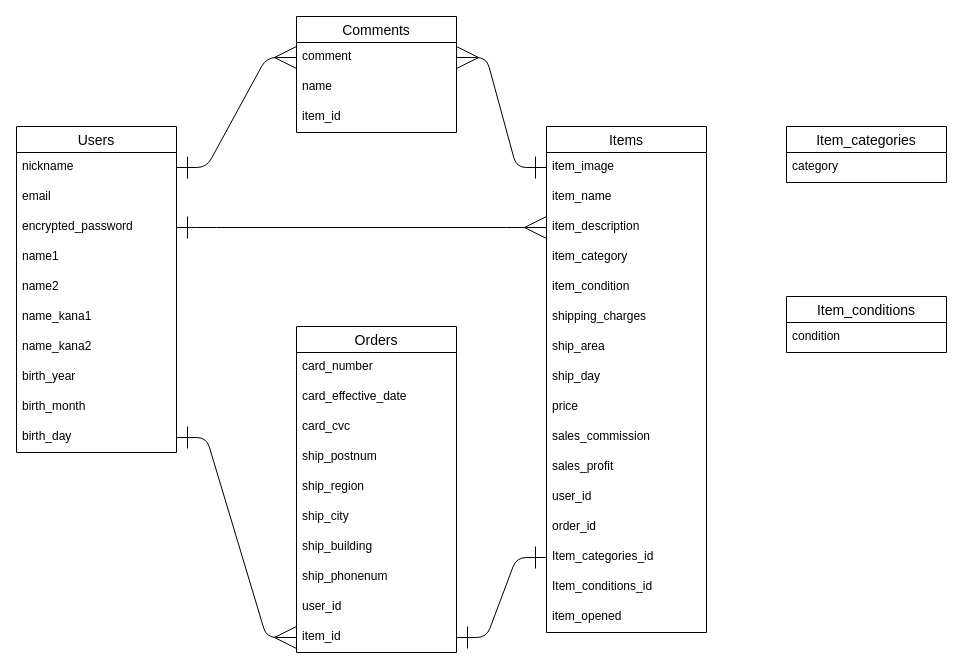
Above: er.dio in chie-python/furima-38879 (draw.io), before the change. Source tidied: cells renumbered, new cells numbered last; positions are measured from the earlier drawing's top-left corner, leaving out a move shared by most shapes. Both pictures are drawn from the tidied source at 100%, with x=0, y=0 at pixel (16, 16).
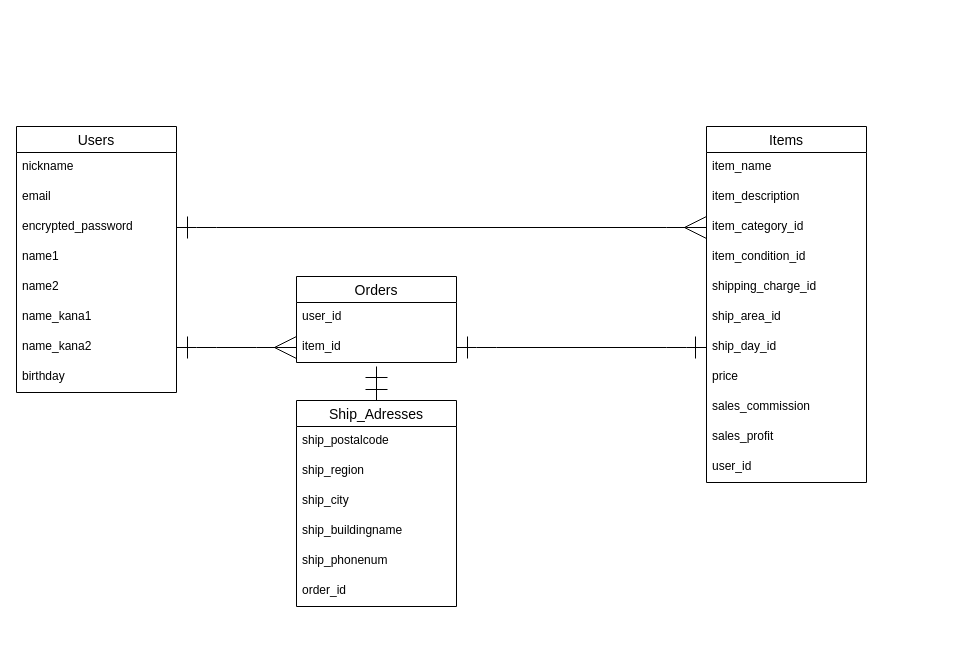
The same diagram, later.

Commit message (it also covers changes not shown here):
データベース設計修正＃1

The change refers to these unchanged cells:
```xml
<mxCell id="3" value="nickname" style="text;strokeColor=none;fillColor=none;spacingLeft=4;spacingRight=4;overflow=hidden;points=[[0,0.5],[1,0.5]];portConstraint=eastwest;fontSize=12;" parent="2" vertex="1">
  <mxGeometry y="26" width="160" height="30" as="geometry" />
</mxCell>
<mxCell id="5" value="encrypted_password" style="text;strokeColor=none;fillColor=none;spacingLeft=4;spacingRight=4;overflow=hidden;points=[[0,0.5],[1,0.5]];portConstraint=eastwest;fontSize=12;" parent="2" vertex="1">
  <mxGeometry y="86" width="160" height="30" as="geometry" />
</mxCell>
<mxCell id="9" value="name_kana2" style="text;strokeColor=none;fillColor=none;spacingLeft=4;spacingRight=4;overflow=hidden;points=[[0,0.5],[1,0.5]];portConstraint=eastwest;fontSize=12;" parent="2" vertex="1">
  <mxGeometry y="206" width="160" height="30" as="geometry" />
</mxCell>
```

Diff of the diagram source:
```diff
@@
     <mxCell id="2" value="Users" style="swimlane;fontStyle=0;horizontal=1;startSize=26;align=center;fontSize=14;" parent="1" vertex="1">
-      <mxGeometry y="110" width="160" height="326" as="geometry" />
+      <mxGeometry y="110" width="160" height="266" as="geometry" />
     </mxCell>
@@
-    <mxCell id="10" value="birth_year" style="text;strokeColor=none;fillColor=none;spacingLeft=4;spacingRight=4;overflow=hidden;fontSize=12;" parent="2" vertex="1">
+    <mxCell id="10" value="birthday" style="text;strokeColor=none;fillColor=none;spacingLeft=4;spacingRight=4;overflow=hidden;fontSize=12;" parent="2" vertex="1">
       <mxGeometry y="236" width="160" height="30" as="geometry" />
     </mxCell>
-    <mxCell id="11" value="birth_month" style="text;strokeColor=none;fillColor=none;spacingLeft=4;spacingRight=4;overflow=hidden;fontSize=12;" parent="2" vertex="1">
-      <mxGeometry y="266" width="160" height="30" as="geometry" />
-    </mxCell>
-    <mxCell id="12" value="birth_day" style="text;strokeColor=none;fillColor=none;spacingLeft=4;spacingRight=4;overflow=hidden;points=[[0,0.5],[1,0.5]];portConstraint=eastwest;fontSize=12;" parent="2" vertex="1">
-      <mxGeometry y="296" width="160" height="30" as="geometry" />
-    </mxCell>
     <mxCell id="13" value="Orders" style="swimlane;fontStyle=0;horizontal=1;startSize=26;align=center;fontSize=14;" parent="1" vertex="1">
-      <mxGeometry x="280" y="310" width="160" height="326" as="geometry" />
+      <mxGeometry x="280" y="260" width="160" height="86" as="geometry" />
     </mxCell>
-    <mxCell id="14" value="card_number" style="text;strokeColor=none;fillColor=none;spacingLeft=4;spacingRight=4;overflow=hidden;fontSize=12;" parent="13" vertex="1">
-      <mxGeometry y="26" width="160" height="30" as="geometry" />
-    </mxCell>
-    <mxCell id="15" value="card_effective_date" style="text;strokeColor=none;fillColor=none;spacingLeft=4;spacingRight=4;overflow=hidden;fontSize=12;" parent="13" vertex="1">
-      <mxGeometry y="56" width="160" height="30" as="geometry" />
-    </mxCell>
-    <mxCell id="16" value="card_cvc" style="text;strokeColor=none;fillColor=none;spacingLeft=4;spacingRight=4;overflow=hidden;fontSize=12;" parent="13" vertex="1">
-      <mxGeometry y="86" width="160" height="30" as="geometry" />
-    </mxCell>
-    <mxCell id="17" value="ship_postnum" style="text;strokeColor=none;fillColor=none;spacingLeft=4;spacingRight=4;overflow=hidden;fontSize=12;" parent="13" vertex="1">
-      <mxGeometry y="116" width="160" height="30" as="geometry" />
-    </mxCell>
-    <mxCell id="18" value="ship_region" style="text;strokeColor=none;fillColor=none;spacingLeft=4;spacingRight=4;overflow=hidden;fontSize=12;" parent="13" vertex="1">
-      <mxGeometry y="146" width="160" height="30" as="geometry" />
-    </mxCell>
-    <mxCell id="19" value="ship_city" style="text;strokeColor=none;fillColor=none;spacingLeft=4;spacingRight=4;overflow=hidden;fontSize=12;" parent="13" vertex="1">
-      <mxGeometry y="176" width="160" height="30" as="geometry" />
-    </mxCell>
-    <mxCell id="20" value="ship_building" style="text;strokeColor=none;fillColor=none;spacingLeft=4;spacingRight=4;overflow=hidden;fontSize=12;" parent="13" vertex="1">
-      <mxGeometry y="206" width="160" height="30" as="geometry" />
-    </mxCell>
-    <mxCell id="21" value="ship_phonenum" style="text;strokeColor=none;fillColor=none;spacingLeft=4;spacingRight=4;overflow=hidden;fontSize=12;" parent="13" vertex="1">
-      <mxGeometry y="236" width="160" height="30" as="geometry" />
-    </mxCell>
     <mxCell id="22" value="user_id" style="text;strokeColor=none;fillColor=none;spacingLeft=4;spacingRight=4;overflow=hidden;fontSize=12;" parent="13" vertex="1">
-      <mxGeometry y="266" width="160" height="30" as="geometry" />
+      <mxGeometry y="26" width="160" height="30" as="geometry" />
     </mxCell>
     <mxCell id="23" value="item_id" style="text;strokeColor=none;fillColor=none;spacingLeft=4;spacingRight=4;overflow=hidden;points=[[0,0.5],[1,0.5]];portConstraint=eastwest;fontSize=12;" parent="13" vertex="1">
-      <mxGeometry y="296" width="160" height="30" as="geometry" />
+      <mxGeometry y="56" width="160" height="30" as="geometry" />
     </mxCell>
-    <mxCell id="24" value="Item_categories" style="swimlane;fontStyle=0;horizontal=1;startSize=26;align=center;fontSize=14;" parent="1" vertex="1">
-      <mxGeometry x="770" y="110" width="160" height="56" as="geometry" />
-    </mxCell>
-    <mxCell id="25" value="category" style="text;strokeColor=none;fillColor=none;spacingLeft=4;spacingRight=4;overflow=hidden;fontSize=12;" parent="24" vertex="1">
-      <mxGeometry y="26" width="160" height="30" as="geometry" />
-    </mxCell>
-    <mxCell id="26" value="Item_conditions" style="swimlane;fontStyle=0;horizontal=1;startSize=26;align=center;fontSize=14;" parent="1" vertex="1">
-      <mxGeometry x="770" y="280" width="160" height="56" as="geometry" />
-    </mxCell>
-    <mxCell id="27" value="condition" style="text;strokeColor=none;fillColor=none;spacingLeft=4;spacingRight=4;overflow=hidden;fontSize=12;" parent="26" vertex="1">
-      <mxGeometry y="26" width="160" height="30" as="geometry" />
-    </mxCell>
     <mxCell id="28" value="Items" style="swimlane;fontStyle=0;horizontal=1;startSize=26;align=center;fontSize=14;" parent="1" vertex="1">
-      <mxGeometry x="530" y="110" width="160" height="506" as="geometry" />
+      <mxGeometry x="690" y="110" width="160" height="356" as="geometry" />
     </mxCell>
-    <mxCell id="29" value="item_image&#10;&#10;&#10;&#10;" style="text;strokeColor=none;fillColor=none;spacingLeft=4;spacingRight=4;overflow=hidden;points=[[0,0.5],[1,0.5]];portConstraint=eastwest;fontSize=12;" parent="28" vertex="1">
-      <mxGeometry y="26" width="160" height="30" as="geometry" />
-    </mxCell>
     <mxCell id="30" value="item_name" style="text;strokeColor=none;fillColor=none;spacingLeft=4;spacingRight=4;overflow=hidden;fontSize=12;" parent="28" vertex="1">
-      <mxGeometry y="56" width="160" height="30" as="geometry" />
+      <mxGeometry y="26" width="160" height="30" as="geometry" />
     </mxCell>
     <mxCell id="31" value="item_description" style="text;strokeColor=none;fillColor=none;spacingLeft=4;spacingRight=4;overflow=hidden;points=[[0,0.5],[1,0.5]];portConstraint=eastwest;fontSize=12;" parent="28" vertex="1">
-      <mxGeometry y="86" width="160" height="30" as="geometry" />
+      <mxGeometry y="56" width="160" height="30" as="geometry" />
     </mxCell>
-    <mxCell id="32" value="item_category" style="text;strokeColor=none;fillColor=none;spacingLeft=4;spacingRight=4;overflow=hidden;points=[[0,0.5],[1,0.5]];portConstraint=eastwest;fontSize=12;" parent="28" vertex="1">
-      <mxGeometry y="116" width="160" height="30" as="geometry" />
+    <mxCell id="32" value="item_category_id" style="text;strokeColor=none;fillColor=none;spacingLeft=4;spacingRight=4;overflow=hidden;points=[[0,0.5],[1,0.5]];portConstraint=eastwest;fontSize=12;" parent="28" vertex="1">
+      <mxGeometry y="86" width="160" height="30" as="geometry" />
     </mxCell>
-    <mxCell id="33" value="item_condition" style="text;strokeColor=none;fillColor=none;spacingLeft=4;spacingRight=4;overflow=hidden;fontSize=12;" parent="28" vertex="1">
-      <mxGeometry y="146" width="160" height="30" as="geometry" />
+    <mxCell id="33" value="item_condition_id" style="text;strokeColor=none;fillColor=none;spacingLeft=4;spacingRight=4;overflow=hidden;fontSize=12;" parent="28" vertex="1">
+      <mxGeometry y="116" width="160" height="30" as="geometry" />
     </mxCell>
-    <mxCell id="34" value="shipping_charges" style="text;strokeColor=none;fillColor=none;spacingLeft=4;spacingRight=4;overflow=hidden;fontSize=12;" parent="28" vertex="1">
-      <mxGeometry y="176" width="160" height="30" as="geometry" />
+    <mxCell id="34" value="shipping_charge_id" style="text;strokeColor=none;fillColor=none;spacingLeft=4;spacingRight=4;overflow=hidden;fontSize=12;" parent="28" vertex="1">
+      <mxGeometry y="146" width="160" height="30" as="geometry" />
     </mxCell>
-    <mxCell id="35" value="ship_area" style="text;strokeColor=none;fillColor=none;spacingLeft=4;spacingRight=4;overflow=hidden;fontSize=12;" parent="28" vertex="1">
-      <mxGeometry y="206" width="160" height="30" as="geometry" />
+    <mxCell id="35" value="ship_area_id" style="text;strokeColor=none;fillColor=none;spacingLeft=4;spacingRight=4;overflow=hidden;fontSize=12;" parent="28" vertex="1">
+      <mxGeometry y="176" width="160" height="30" as="geometry" />
     </mxCell>
-    <mxCell id="36" value="ship_day" style="text;strokeColor=none;fillColor=none;spacingLeft=4;spacingRight=4;overflow=hidden;points=[[0,0.5],[1,0.5]];portConstraint=eastwest;fontSize=12;" parent="28" vertex="1">
-      <mxGeometry y="236" width="160" height="30" as="geometry" />
+    <mxCell id="36" value="ship_day_id" style="text;strokeColor=none;fillColor=none;spacingLeft=4;spacingRight=4;overflow=hidden;points=[[0,0.5],[1,0.5]];portConstraint=eastwest;fontSize=12;" parent="28" vertex="1">
+      <mxGeometry y="206" width="160" height="30" as="geometry" />
     </mxCell>
     <mxCell id="37" value="price" style="text;strokeColor=none;fillColor=none;spacingLeft=4;spacingRight=4;overflow=hidden;fontSize=12;" parent="28" vertex="1">
-      <mxGeometry y="266" width="160" height="30" as="geometry" />
+      <mxGeometry y="236" width="160" height="30" as="geometry" />
     </mxCell>
     <mxCell id="38" value="sales_commission" style="text;strokeColor=none;fillColor=none;spacingLeft=4;spacingRight=4;overflow=hidden;fontSize=12;" parent="28" vertex="1">
-      <mxGeometry y="296" width="160" height="30" as="geometry" />
+      <mxGeometry y="266" width="160" height="30" as="geometry" />
     </mxCell>
     <mxCell id="39" value="sales_profit" style="text;strokeColor=none;fillColor=none;spacingLeft=4;spacingRight=4;overflow=hidden;fontSize=12;" parent="28" vertex="1">
-      <mxGeometry y="326" width="160" height="30" as="geometry" />
+      <mxGeometry y="296" width="160" height="30" as="geometry" />
     </mxCell>
     <mxCell id="40" value="user_id" style="text;strokeColor=none;fillColor=none;spacingLeft=4;spacingRight=4;overflow=hidden;fontSize=12;" parent="28" vertex="1">
-      <mxGeometry y="356" width="160" height="30" as="geometry" />
+      <mxGeometry y="326" width="160" height="30" as="geometry" />
     </mxCell>
+    <mxCell id="45" value="Ship_Adresses" style="swimlane;fontStyle=0;horizontal=1;startSize=26;align=center;fontSize=14;" parent="1" vertex="1">
+      <mxGeometry x="280" y="384" width="160" height="206" as="geometry" />
+    </mxCell>
+    <mxCell id="17" value="ship_postalcode" style="text;strokeColor=none;fillColor=none;spacingLeft=4;spacingRight=4;overflow=hidden;fontSize=12;" parent="45" vertex="1">
+      <mxGeometry y="26" width="160" height="30" as="geometry" />
+    </mxCell>
+    <mxCell id="18" value="ship_region" style="text;strokeColor=none;fillColor=none;spacingLeft=4;spacingRight=4;overflow=hidden;fontSize=12;" parent="45" vertex="1">
+      <mxGeometry y="56" width="160" height="30" as="geometry" />
+    </mxCell>
+    <mxCell id="19" value="ship_city" style="text;strokeColor=none;fillColor=none;spacingLeft=4;spacingRight=4;overflow=hidden;fontSize=12;" parent="45" vertex="1">
+      <mxGeometry y="86" width="160" height="30" as="geometry" />
+    </mxCell>
+    <mxCell id="20" value="ship_buildingname" style="text;strokeColor=none;fillColor=none;spacingLeft=4;spacingRight=4;overflow=hidden;fontSize=12;" parent="45" vertex="1">
+      <mxGeometry y="116" width="160" height="30" as="geometry" />
+    </mxCell>
+    <mxCell id="21" value="ship_phonenum" style="text;strokeColor=none;fillColor=none;spacingLeft=4;spacingRight=4;overflow=hidden;fontSize=12;" parent="45" vertex="1">
+      <mxGeometry y="146" width="160" height="30" as="geometry" />
+    </mxCell>
-    <mxCell id="41" value="order_id" style="text;strokeColor=none;fillColor=none;spacingLeft=4;spacingRight=4;overflow=hidden;fontSize=12;" parent="28" vertex="1">
-      <mxGeometry y="386" width="160" height="30" as="geometry" />
+    <mxCell id="41" value="order_id" style="text;strokeColor=none;fillColor=none;spacingLeft=4;spacingRight=4;overflow=hidden;fontSize=12;" parent="45" vertex="1">
+      <mxGeometry y="176" width="160" height="30" as="geometry" />
     </mxCell>
-    <mxCell id="42" value="Item_categories_id" style="text;strokeColor=none;fillColor=none;spacingLeft=4;spacingRight=4;overflow=hidden;points=[[0,0.5],[1,0.5]];portConstraint=eastwest;fontSize=12;" parent="28" vertex="1">
-      <mxGeometry y="416" width="160" height="30" as="geometry" />
-    </mxCell>
-    <mxCell id="43" value="Item_conditions_id" style="text;strokeColor=none;fillColor=none;spacingLeft=4;spacingRight=4;overflow=hidden;fontSize=12;" parent="28" vertex="1">
-      <mxGeometry y="446" width="160" height="30" as="geometry" />
-    </mxCell>
-    <mxCell id="44" value="item_opened" style="text;strokeColor=none;fillColor=none;spacingLeft=4;spacingRight=4;overflow=hidden;fontSize=12;" parent="28" vertex="1">
-      <mxGeometry y="476" width="160" height="30" as="geometry" />
-    </mxCell>
-    <mxCell id="45" value="Comments" style="swimlane;fontStyle=0;horizontal=1;startSize=26;align=center;fontSize=14;" parent="1" vertex="1">
-      <mxGeometry x="280" width="160" height="116" as="geometry" />
-    </mxCell>
-    <mxCell id="46" value="comment" style="text;strokeColor=none;fillColor=none;spacingLeft=4;spacingRight=4;overflow=hidden;points=[[0,0.5],[1,0.5]];portConstraint=eastwest;fontSize=12;" parent="45" vertex="1">
-      <mxGeometry y="26" width="160" height="30" as="geometry" />
-    </mxCell>
-    <mxCell id="47" value="name" style="text;strokeColor=none;fillColor=none;spacingLeft=4;spacingRight=4;overflow=hidden;fontSize=12;" parent="45" vertex="1">
-      <mxGeometry y="56" width="160" height="30" as="geometry" />
-    </mxCell>
-    <mxCell id="48" value="item_id" style="text;strokeColor=none;fillColor=none;spacingLeft=4;spacingRight=4;overflow=hidden;fontSize=12;" parent="45" vertex="1">
-      <mxGeometry y="86" width="160" height="30" as="geometry" />
-    </mxCell>
-    <mxCell id="49" style="edgeStyle=entityRelationEdgeStyle;html=1;exitX=1;exitY=0.5;exitDx=0;exitDy=0;startArrow=ERone;startFill=0;endArrow=ERmany;endFill=0;endSize=20;startSize=20;" parent="1" edge="1" source="5" target="31">
+    <mxCell id="49" style="edgeStyle=entityRelationEdgeStyle;html=1;exitX=1;exitY=0.5;exitDx=0;exitDy=0;startArrow=ERone;startFill=0;endArrow=ERmany;endFill=0;endSize=20;startSize=20;entryX=0;entryY=0.5;entryDx=0;entryDy=0;" parent="1" edge="1" source="5" target="32">
       <mxGeometry relative="1" as="geometry" />
     </mxCell>
-    <mxCell id="50" style="html=1;entryX=1;entryY=0.5;entryDx=0;entryDy=0;startArrow=ERone;startFill=0;endArrow=ERone;endFill=0;endSize=20;startSize=20;edgeStyle=entityRelationEdgeStyle;" parent="1" edge="1" source="42" target="23">
+    <mxCell id="50" style="html=1;entryX=1;entryY=0.5;entryDx=0;entryDy=0;startArrow=ERone;startFill=0;endArrow=ERone;endFill=0;endSize=20;startSize=20;edgeStyle=entityRelationEdgeStyle;exitX=0;exitY=0.5;exitDx=0;exitDy=0;" parent="1" edge="1" source="36" target="23">
       <mxGeometry relative="1" as="geometry" />
     </mxCell>
-    <mxCell id="51" style="edgeStyle=entityRelationEdgeStyle;html=1;exitX=0;exitY=0.5;exitDx=0;exitDy=0;entryX=1;entryY=0.5;entryDx=0;entryDy=0;startArrow=ERmany;startFill=0;endArrow=ERone;endFill=0;startSize=20;endSize=20;" parent="1" edge="1" source="23" target="12">
+    <mxCell id="51" style="edgeStyle=entityRelationEdgeStyle;html=1;exitX=0;exitY=0.5;exitDx=0;exitDy=0;entryX=1;entryY=0.5;entryDx=0;entryDy=0;startArrow=ERmany;startFill=0;endArrow=ERone;endFill=0;startSize=20;endSize=20;" parent="1" edge="1" source="23" target="9">
       <mxGeometry relative="1" as="geometry" />
     </mxCell>
-    <mxCell id="52" style="edgeStyle=entityRelationEdgeStyle;html=1;exitX=1;exitY=0.5;exitDx=0;exitDy=0;startArrow=ERone;startFill=0;endArrow=ERmany;endFill=0;startSize=20;endSize=20;" parent="1" edge="1" source="3">
-      <mxGeometry relative="1" as="geometry">
-        <mxPoint x="280" y="41" as="targetPoint" />
-      </mxGeometry>
-    </mxCell>
-    <mxCell id="53" style="edgeStyle=entityRelationEdgeStyle;html=1;exitX=0;exitY=0.5;exitDx=0;exitDy=0;startArrow=ERone;startFill=0;endArrow=ERmany;endFill=0;startSize=20;endSize=20;" parent="1" edge="1" source="29" target="46">
-      <mxGeometry relative="1" as="geometry" />
-    </mxCell>
+    <mxCell id="54" style="endArrow=ERone;html=1;rounded=0;entryX=0.5;entryY=0;entryDx=0;entryDy=0;startArrow=ERone;startFill=0;endSize=20;startSize=20;endFill=0;" parent="1" edge="1" target="45">
+      <mxGeometry relative="1" as="geometry">
+        <mxPoint x="360" y="350" as="sourcePoint" />
+      </mxGeometry>
+    </mxCell>
```
